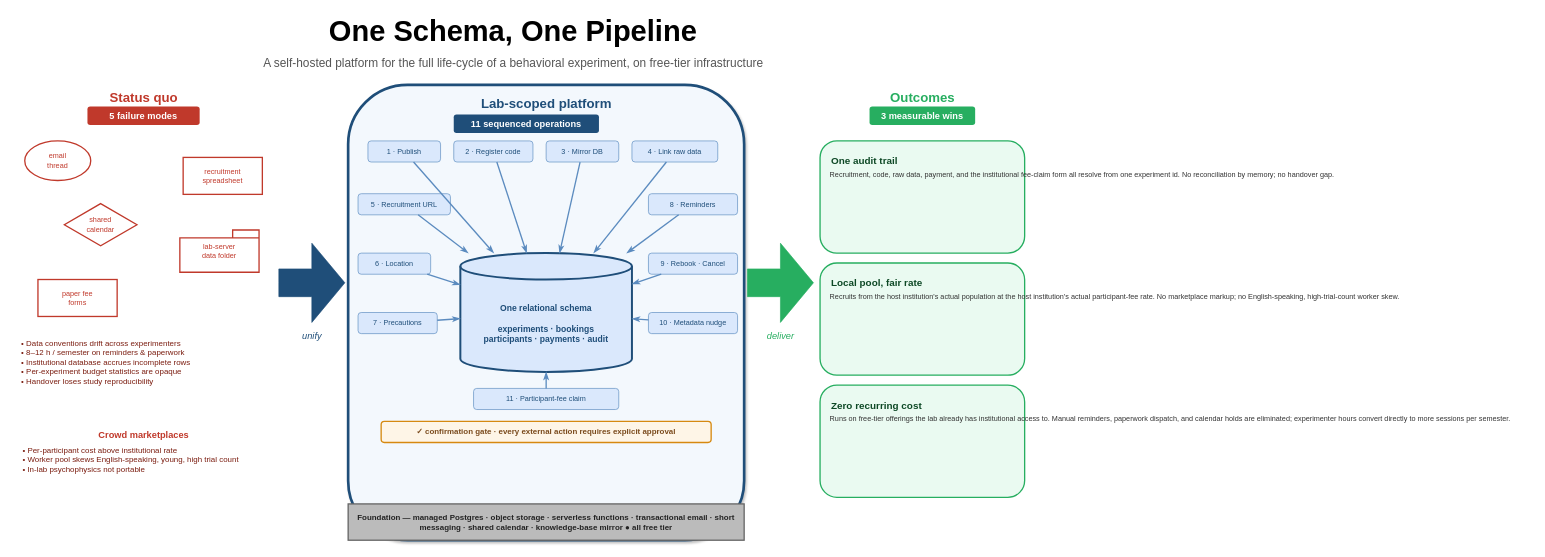
The draw.io diagram paper/graphical-abstract/v4-polished.drawio in CSNL-vnilab/Exp_Platform_by_Joonoh, before the edit. Source tidied: cells renumbered, new cells numbered last; positions are measured from the earlier drawing's top-left corner, leaving out a move shared by most shapes. Both pictures are drawn from the tidied source at 66%, with x=0, y=0 at pixel (11, 11).
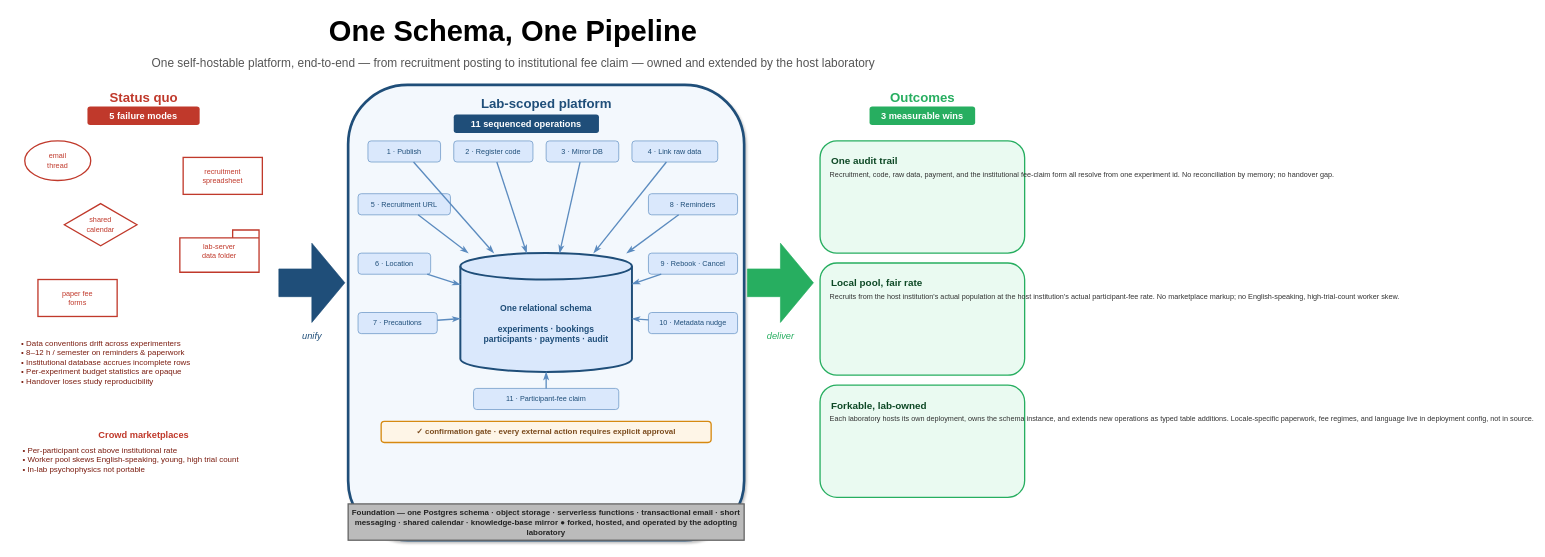
After the change.

Commit message (it also covers changes not shown here):
paper: reframe selling points from free-tier to join-completion + rigor/ethics/handover

What changed in the source:
```diff
@@
-    <mxCell id="3" value="A self-hosted platform for the full life-cycle of a behavioral experiment, on free-tier infrastructure" style="text;html=1;strokeColor=none;fillColor=none;align=center;verticalAlign=middle;fontSize=18;fontColor=#555;" parent="1" vertex="1">
+    <mxCell id="3" value="One self-hostable platform, end-to-end — from recruitment posting to institutional fee claim — owned and extended by the host laboratory" style="text;html=1;strokeColor=none;fillColor=none;align=center;verticalAlign=middle;fontSize=18;fontColor=#555;" parent="1" vertex="1">
       <mxGeometry x="60" y="64" width="1400" height="28" as="geometry" />
     </mxCell>
@@
-    <mxCell id="43" value="Foundation — managed Postgres · object storage · serverless functions · transactional email · short messaging · shared calendar · knowledge-base mirror      ●   all free tier" style="rounded=0;whiteSpace=wrap;html=1;fillColor=#bbb;strokeColor=#666;strokeWidth=2;fontSize=12;fontStyle=1;fontColor=#222;" parent="1" vertex="1">
+    <mxCell id="43" value="Foundation — one Postgres schema · object storage · serverless functions · transactional email · short messaging · shared calendar · knowledge-base mirror      ●   forked, hosted, and operated by the adopting laboratory" style="rounded=0;whiteSpace=wrap;html=1;fillColor=#bbb;strokeColor=#666;strokeWidth=2;fontSize=12;fontStyle=1;fontColor=#222;" parent="1" vertex="1">
       <mxGeometry x="510" y="746" width="600" height="55" as="geometry" />
     </mxCell>
@@
-    <mxCell id="55" value="Zero recurring cost" style="text;html=1;align=left;fontStyle=1;fontSize=15;fontColor=#0d4825;" parent="1" vertex="1">
+    <mxCell id="55" value="Forkable, lab-owned" style="text;html=1;align=left;fontStyle=1;fontSize=15;fontColor=#0d4825;" parent="1" vertex="1">
       <mxGeometry x="1240" y="581" width="280" height="22" as="geometry" />
     </mxCell>
-    <mxCell id="56" value="Runs on free-tier offerings the lab already has institutional access to. Manual reminders, paperwork dispatch, and calendar holds are eliminated; experimenter hours convert directly to more sessions per semester." style="text;html=1;align=left;verticalAlign=top;fontSize=11;fontColor=#333;spacing=0;" parent="1" vertex="1">
+    <mxCell id="56" value="Each laboratory hosts its own deployment, owns the schema instance, and extends new operations as typed table additions. Locale-specific paperwork, fee regimes, and language live in deployment config, not in source." style="text;html=1;align=left;verticalAlign=top;fontSize=11;fontColor=#333;spacing=0;" parent="1" vertex="1">
       <mxGeometry x="1240" y="606" width="280" height="130" as="geometry" />
     </mxCell>
```
